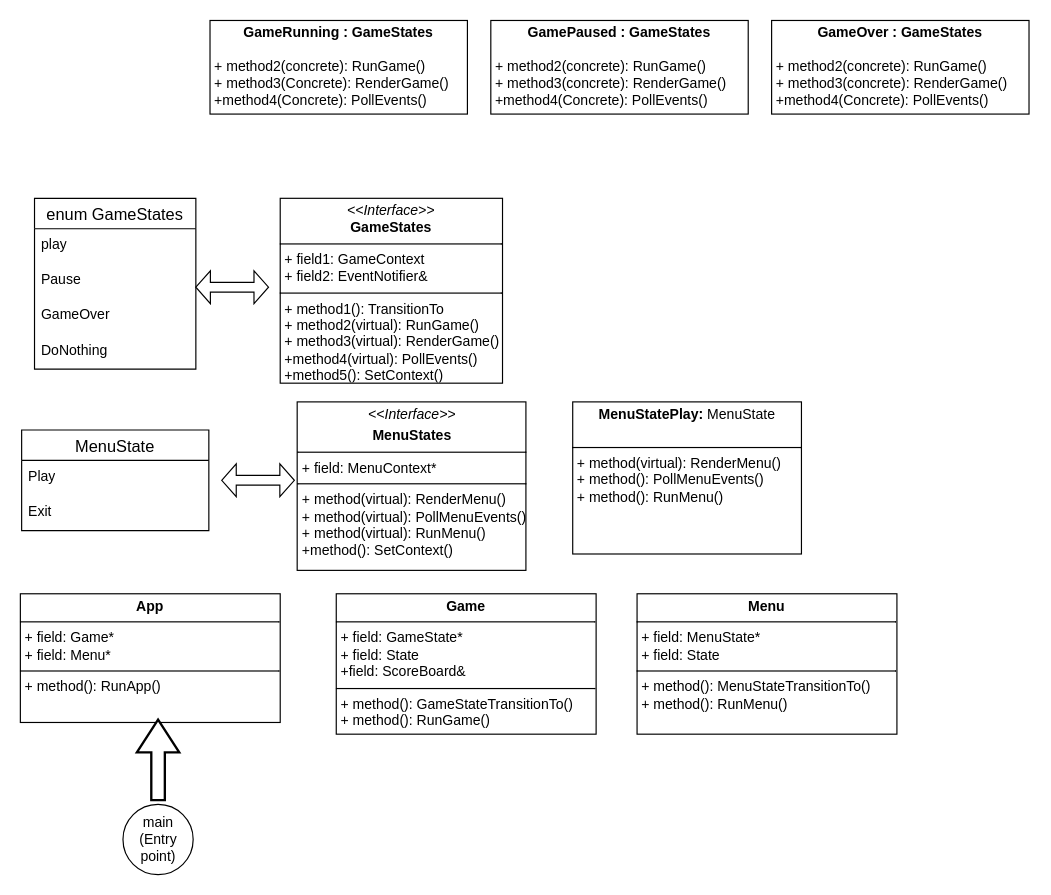
Earlier version of the draw.io diagram 2D_shooter_game/2D_shooter_game_design.drawio (viveksharma2022/sfml_games). Source tidied: cells renumbered, new cells numbered last; positions are measured from the earlier drawing's top-left corner, leaving out a move shared by most shapes. Both pictures are drawn from the tidied source at 117%, with x=0, y=0 at pixel (20, 20).
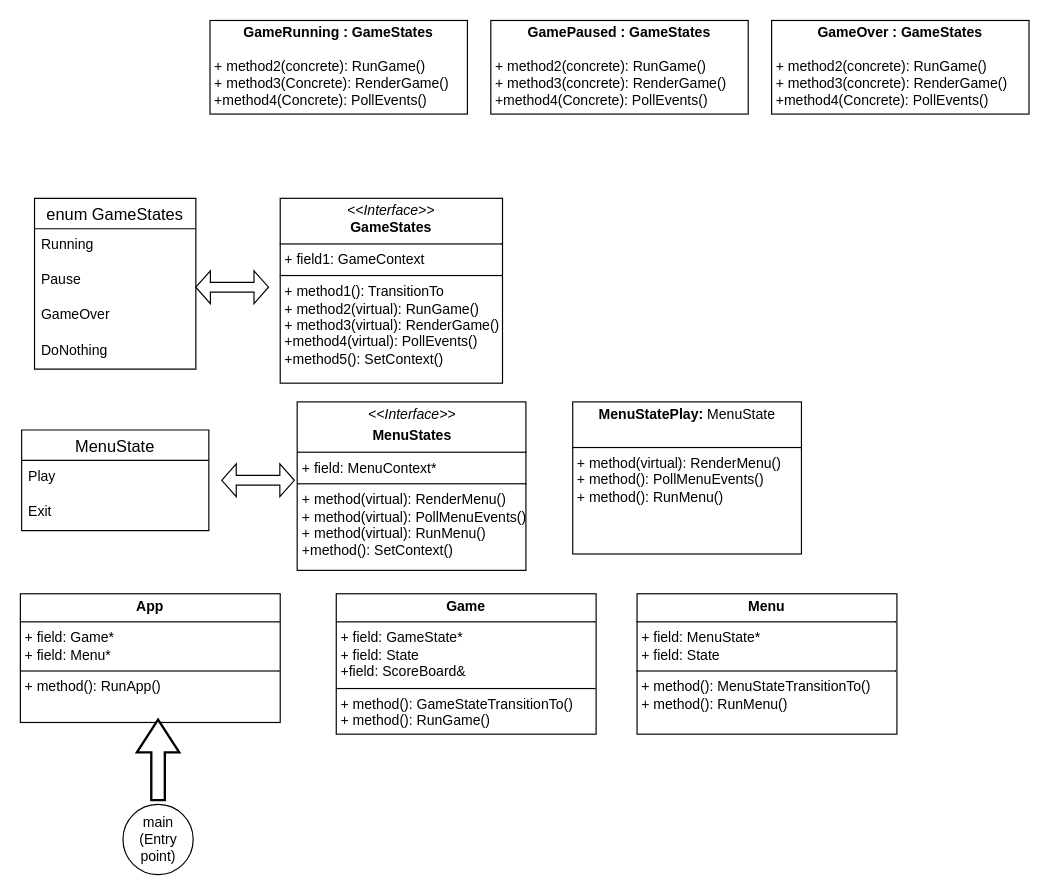
After the change.

Commit message (it also covers changes not shown here):
Starting to build the Game module first

The change refers to these unchanged cells:
```xml
<mxCell id="3" value="enum GameStates" style="swimlane;fontStyle=0;horizontal=1;startSize=26;align=center;fontSize=14;" parent="1" vertex="1">
  <mxGeometry x="12" y="152" width="137.9" height="146" as="geometry" />
</mxCell>
```

What changed in the source:
```diff
@@
-    <mxCell id="4" value="play" style="text;strokeColor=none;fillColor=none;spacingLeft=4;spacingRight=4;overflow=hidden;fontSize=12;whiteSpace=wrap;html=1;" parent="3" vertex="1">
+    <mxCell id="4" value="Running" style="text;strokeColor=none;fillColor=none;spacingLeft=4;spacingRight=4;overflow=hidden;fontSize=12;whiteSpace=wrap;html=1;" parent="3" vertex="1">
       <mxGeometry y="26" width="137.9" height="30" as="geometry" />
     </mxCell>
@@
-    <mxCell id="9" value="&lt;p style=&quot;margin:0px;margin-top:4px;text-align:center;&quot;&gt;&lt;i&gt;&amp;lt;&amp;lt;Interface&amp;gt;&amp;gt;&lt;/i&gt;&lt;br&gt;&lt;b&gt;GameStates&lt;/b&gt;&lt;br&gt;&lt;/p&gt;&lt;hr size=&quot;1&quot; style=&quot;border-style:solid;&quot;&gt;&lt;p style=&quot;margin:0px;margin-left:4px;&quot;&gt;+ field1: GameContext&lt;br&gt;&lt;/p&gt;&lt;p style=&quot;margin:0px;margin-left:4px;&quot;&gt;+ field2: EventNotifier&amp;amp;&lt;/p&gt;&lt;hr size=&quot;1&quot; style=&quot;border-style:solid;&quot;&gt;&lt;p style=&quot;margin:0px;margin-left:4px;&quot;&gt;+ method1(): TransitionTo&lt;br&gt;&lt;/p&gt;&lt;p style=&quot;margin:0px;margin-left:4px;&quot;&gt;+ method2(virtual): RunGame()&lt;/p&gt;&lt;p style=&quot;margin:0px;margin-left:4px;&quot;&gt;+ method3(virtual): RenderGame()&lt;/p&gt;&lt;p style=&quot;margin:0px;margin-left:4px;&quot;&gt;+method4(virtual): PollEvents()&lt;/p&gt;&lt;p style=&quot;margin:0px;margin-left:4px;&quot;&gt;+method5(): SetContext()&lt;/p&gt;" style="verticalAlign=top;align=left;overflow=fill;html=1;whiteSpace=wrap;" parent="1" vertex="1">
+    <mxCell id="9" value="&lt;p style=&quot;margin:0px;margin-top:4px;text-align:center;&quot;&gt;&lt;i&gt;&amp;lt;&amp;lt;Interface&amp;gt;&amp;gt;&lt;/i&gt;&lt;br&gt;&lt;b&gt;GameStates&lt;/b&gt;&lt;br&gt;&lt;/p&gt;&lt;hr size=&quot;1&quot; style=&quot;border-style:solid;&quot;&gt;&lt;p style=&quot;margin:0px;margin-left:4px;&quot;&gt;+ field1: GameContext&lt;/p&gt;&lt;hr size=&quot;1&quot; style=&quot;border-style:solid;&quot;&gt;&lt;p style=&quot;margin:0px;margin-left:4px;&quot;&gt;+ method1(): TransitionTo&lt;br&gt;&lt;/p&gt;&lt;p style=&quot;margin:0px;margin-left:4px;&quot;&gt;+ method2(virtual): RunGame()&lt;/p&gt;&lt;p style=&quot;margin:0px;margin-left:4px;&quot;&gt;+ method3(virtual): RenderGame()&lt;/p&gt;&lt;p style=&quot;margin:0px;margin-left:4px;&quot;&gt;+method4(virtual): PollEvents()&lt;/p&gt;&lt;p style=&quot;margin:0px;margin-left:4px;&quot;&gt;+method5(): SetContext()&lt;/p&gt;" style="verticalAlign=top;align=left;overflow=fill;html=1;whiteSpace=wrap;" parent="1" vertex="1">
       <mxGeometry x="222" y="152" width="190" height="158" as="geometry" />
     </mxCell>
```
